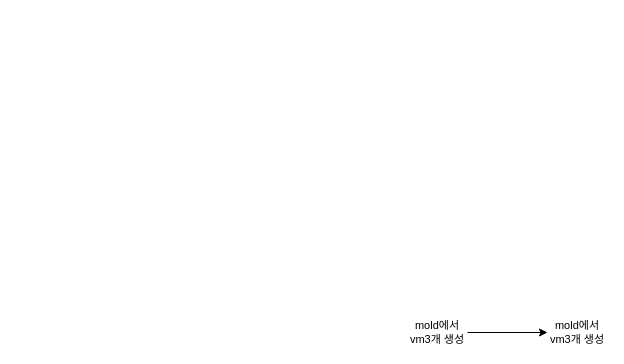
stardom3645/wiki keeps this draw.io diagram as page "페이지-2" (2 of 2) of Genie.drawio. Above is the earlier version. Source tidied: cells renumbered, new cells numbered last; positions are measured from the earlier drawing's top-left corner, leaving out a move shared by most shapes. Both pictures are drawn from the tidied source at 100%, with x=0, y=0 at pixel (407, 317).
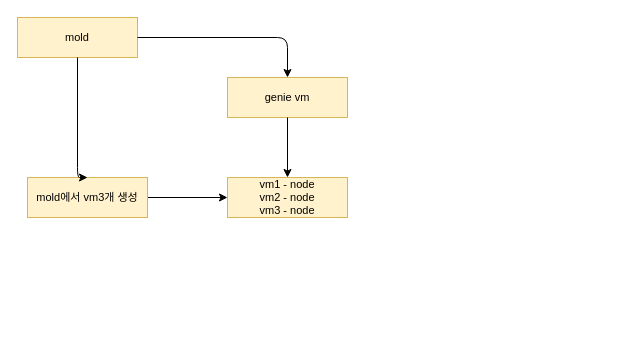
The same page after the edit.

Diff of the diagram source:
```diff
@@
 <mxGraphModel>
   <root>
     <mxCell id="0" />
     <mxCell id="1" parent="0" />
-    <mxCell id="2" style="edgeStyle=orthogonalEdgeStyle;rounded=1;jettySize=auto;html=1;fontSize=11;startArrow=none;startFill=0;" parent="1" edge="1" source="3" target="4">
-      <mxGeometry relative="1" as="geometry" />
-    </mxCell>
-    <mxCell id="3" value="mold에서 vm3개 생성&lt;br&gt;" style="text;html=1;strokeColor=none;fillColor=none;align=center;verticalAlign=middle;whiteSpace=wrap;rounded=0;fontSize=11;" parent="1" vertex="1">
-      <mxGeometry width="60" height="30" as="geometry" />
-    </mxCell>
-    <mxCell id="4" value="mold에서 vm3개 생성&lt;br&gt;" style="text;html=1;strokeColor=none;fillColor=none;align=center;verticalAlign=middle;whiteSpace=wrap;rounded=0;fontSize=11;" parent="1" vertex="1">
-      <mxGeometry x="140" width="60" height="30" as="geometry" />
-    </mxCell>
+    <mxCell id="5" style="edgeStyle=orthogonalEdgeStyle;rounded=1;jettySize=auto;html=1;fontSize=12;" parent="1" edge="1" source="6" target="7">
+      <mxGeometry relative="1" as="geometry" />
+    </mxCell>
+    <mxCell id="6" value="&lt;div style=&quot;font-size: 11px&quot;&gt;mold에서 vm3개 생성&lt;br&gt;&lt;/div&gt;" style="rounded=0;whiteSpace=wrap;html=1;fillColor=#fff2cc;strokeColor=#d6b656;" parent="1" vertex="1">
+      <mxGeometry x="-380" y="-140" width="120" height="40" as="geometry" />
+    </mxCell>
+    <mxCell id="7" value="&lt;div style=&quot;font-size: 11px&quot;&gt;vm1 - node&lt;/div&gt;&lt;div style=&quot;font-size: 11px&quot;&gt;vm2 - node&lt;/div&gt;&lt;div style=&quot;font-size: 11px&quot;&gt;vm3 - node&lt;/div&gt;" style="rounded=0;whiteSpace=wrap;html=1;fillColor=#fff2cc;strokeColor=#d6b656;" parent="1" vertex="1">
+      <mxGeometry x="-180" y="-140" width="120" height="40" as="geometry" />
+    </mxCell>
+    <mxCell id="8" value="&lt;div style=&quot;font-size: 11px&quot;&gt;genie vm&lt;br&gt;&lt;/div&gt;" style="rounded=0;whiteSpace=wrap;html=1;fillColor=#fff2cc;strokeColor=#d6b656;" parent="1" vertex="1">
+      <mxGeometry x="-180" y="-240" width="120" height="40" as="geometry" />
+    </mxCell>
+    <mxCell id="9" style="edgeStyle=orthogonalEdgeStyle;rounded=1;jettySize=auto;html=1;fontSize=12;exitX=0.5;exitY=1;exitDx=0;exitDy=0;entryX=0.5;entryY=0;entryDx=0;entryDy=0;" parent="1" edge="1" source="8" target="7">
+      <mxGeometry relative="1" as="geometry" />
+    </mxCell>
+    <mxCell id="10" value="&lt;div style=&quot;font-size: 11px&quot;&gt;mold&lt;br&gt;&lt;/div&gt;" style="rounded=0;whiteSpace=wrap;html=1;fillColor=#fff2cc;strokeColor=#d6b656;" parent="1" vertex="1">
+      <mxGeometry x="-390" y="-300" width="120" height="40" as="geometry" />
+    </mxCell>
+    <mxCell id="11" style="edgeStyle=orthogonalEdgeStyle;rounded=1;jettySize=auto;html=1;fontSize=12;exitX=0.5;exitY=1;exitDx=0;exitDy=0;entryX=0.5;entryY=0;entryDx=0;entryDy=0;" parent="1" edge="1" source="10" target="6">
+      <mxGeometry relative="1" as="geometry">
+        <Array as="points">
+          <mxPoint x="-330" y="-140" />
+        </Array>
+      </mxGeometry>
+    </mxCell>
+    <mxCell id="12" style="edgeStyle=orthogonalEdgeStyle;rounded=1;jettySize=auto;html=1;fontSize=12;exitX=1;exitY=0.5;exitDx=0;exitDy=0;entryX=0.5;entryY=0;entryDx=0;entryDy=0;" parent="1" edge="1" source="10" target="8">
+      <mxGeometry relative="1" as="geometry" />
+    </mxCell>
   </root>
 </mxGraphModel>
```
